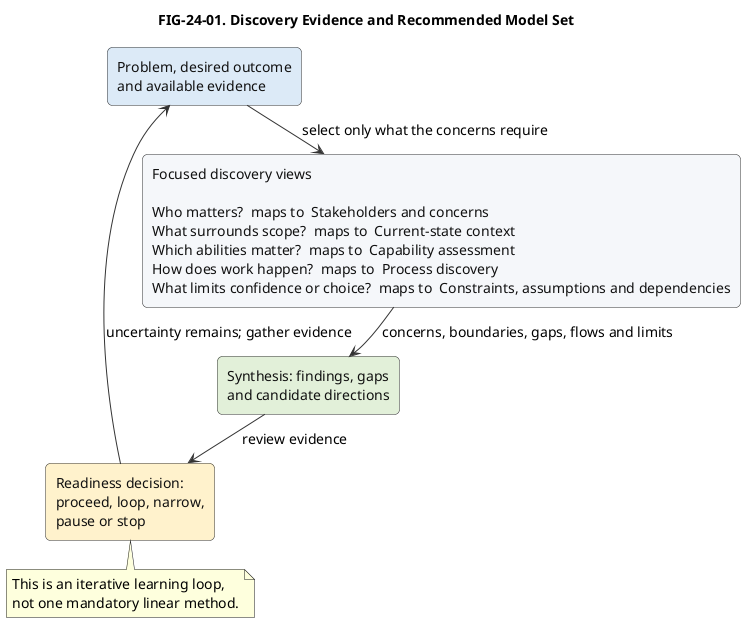
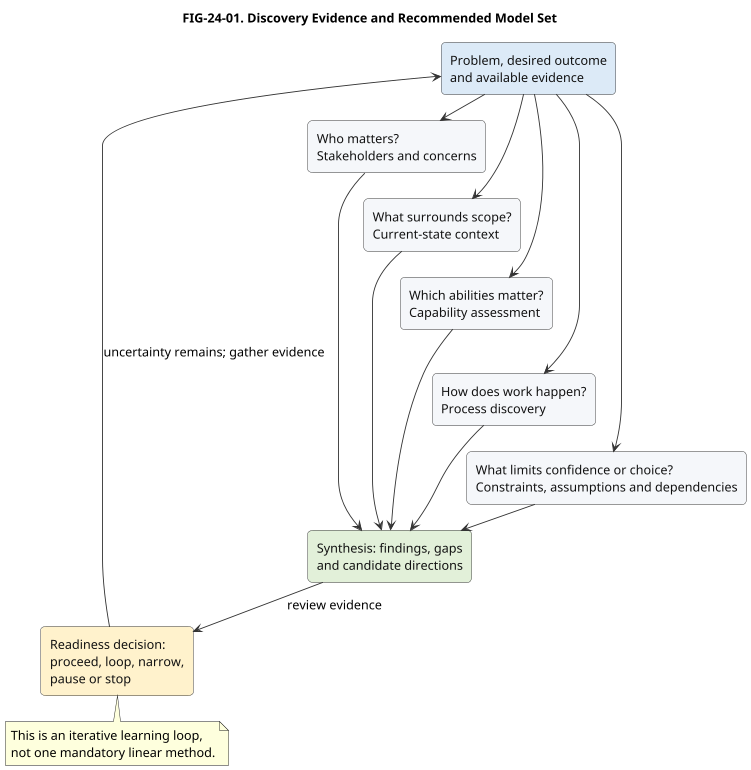
@startuml
+ scale 0.9
title FIG-24-01. Discovery Evidence and Recommended Model Set
skinparam backgroundColor #FFFFFF
skinparam defaultFontName Arial
skinparam defaultFontSize 14
skinparam shadowing false
skinparam ArrowColor #333333
skinparam rectangle {
  BackgroundColor #F5F7FA
  BorderColor #333333
  FontColor #111111
  RoundCorner 10
}
top to bottom direction
skinparam nodesep 18
skinparam ranksep 28
rectangle "Problem, desired outcome\nand available evidence" as Start #DCEAF7
- rectangle "Focused discovery views\n\nWho matters?  maps to  Stakeholders and concerns\nWhat surrounds scope?  maps to  Current-state context\nWhich abilities matter?  maps to  Capability assessment\nHow does work happen?  maps to  Process discovery\nWhat limits confidence or choice?  maps to  Constraints, assumptions and dependencies" as Views
+ rectangle "Who matters?\nStakeholders and concerns" as Stake
+ rectangle "What surrounds scope?\nCurrent-state context" as Context
+ rectangle "Which abilities matter?\nCapability assessment" as Cap
+ rectangle "How does work happen?\nProcess discovery" as Process
+ rectangle "What limits confidence or choice?\nConstraints, assumptions and dependencies" as Limits
rectangle "Synthesis: findings, gaps\nand candidate directions" as Synth #E2F0D9
rectangle "Readiness decision:\nproceed, loop, narrow,\npause or stop" as Gate #FFF2CC
- Start -down-> Views : select only what the concerns require
- Views -down-> Synth : concerns, boundaries, gaps, flows and limits
+ Start -down-> Stake
+ Start -down-> Context
+ Start -down-> Cap
+ Start -down-> Process
+ Start -down-> Limits
+ Stake -[hidden]down-> Context
+ Context -[hidden]down-> Cap
+ Cap -[hidden]down-> Process
+ Process -[hidden]down-> Limits
+ Stake -down-> Synth
+ Context -down-> Synth
+ Cap -down-> Synth
+ Process -down-> Synth
+ Limits -down-> Synth
Synth -down-> Gate : review evidence
Gate -left-> Start : uncertainty remains; gather evidence
note bottom of Gate
  This is an iterative learning loop,
  not one mandatory linear method.
end note
@enduml
